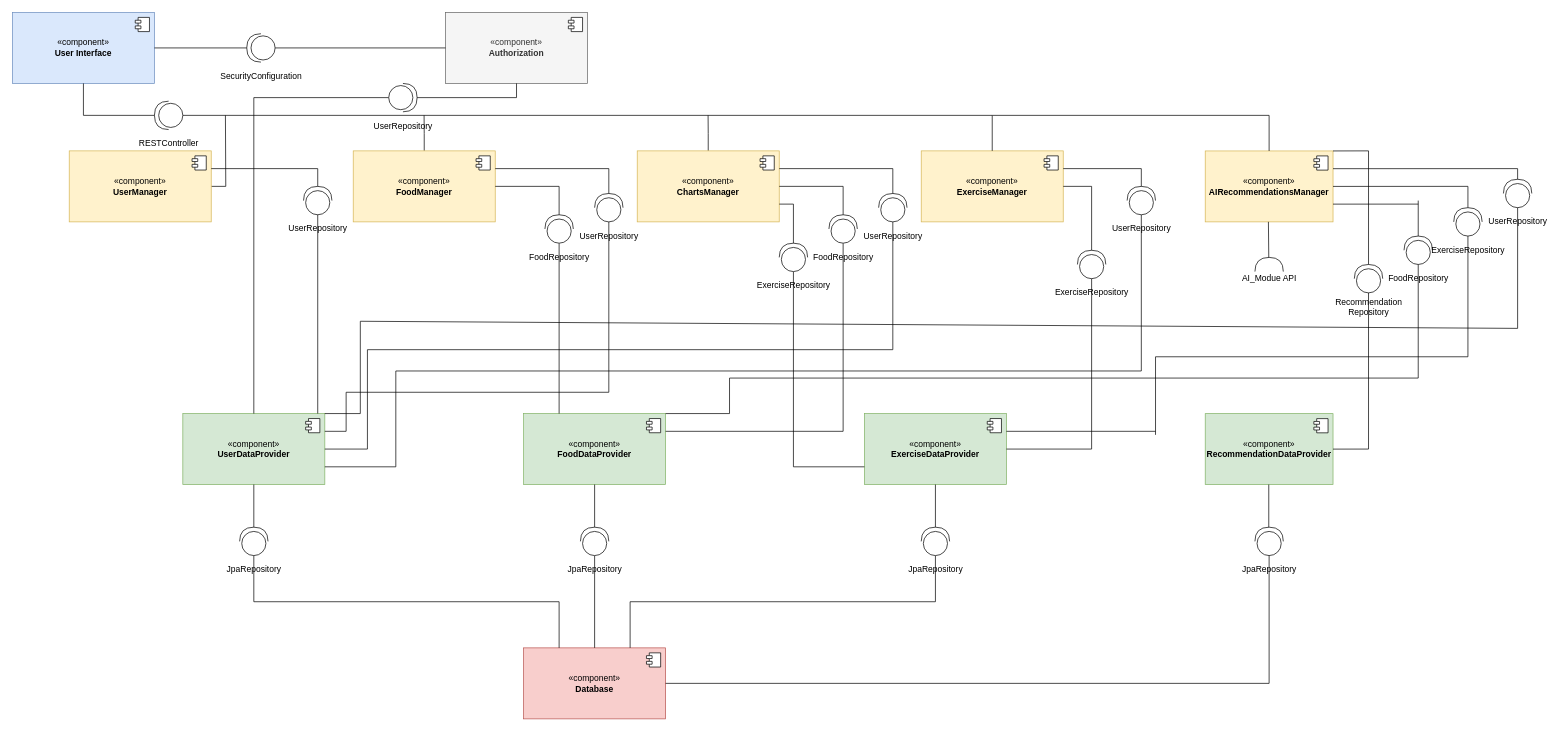
v-petrov/DW_HealthBody-Mind keeps this draw.io diagram as dw_information/documentation_everything/componentHB.drawio. Above is the earlier version. Source tidied: cells renumbered, new cells numbered last; positions are measured from the earlier drawing's top-left corner, leaving out a move shared by most shapes. Both pictures are drawn from the tidied source at 71%, with x=0, y=0 at pixel (12, 12).
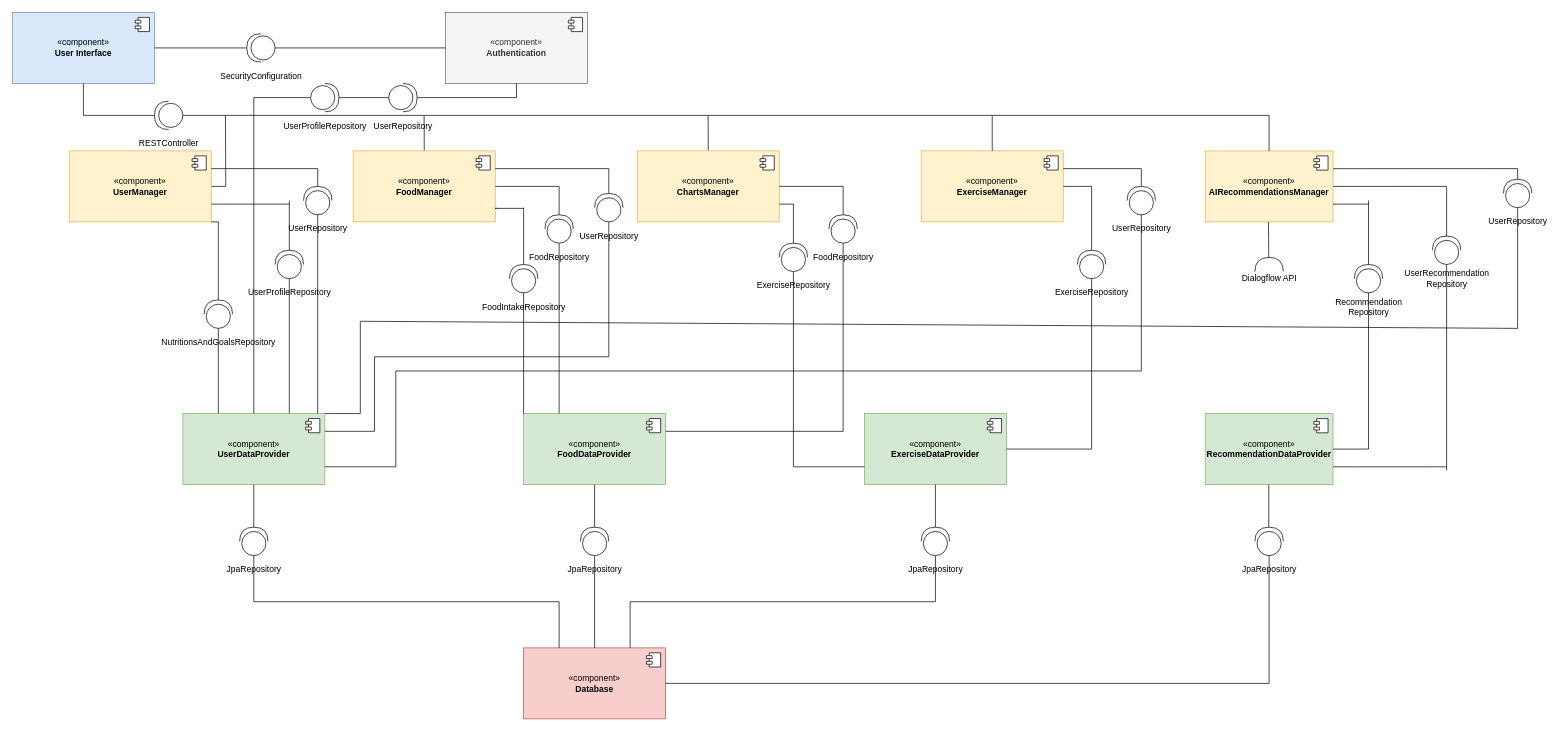
The same diagram, later.

The change refers to these unchanged cells:
```xml
<mxCell id="4" value="«component»&lt;br&gt;&lt;b&gt;User&lt;/b&gt;&lt;b style=&quot;border-color: var(--border-color);&quot;&gt;DataProvider&lt;/b&gt;&lt;b&gt;&lt;br&gt;&lt;/b&gt;" style="html=1;whiteSpace=wrap;fillColor=#d5e8d4;strokeColor=#82b366;" parent="1" vertex="1">
  <mxGeometry x="240" y="565" width="200" height="100" as="geometry" />
</mxCell>
<mxCell id="6" value="«component»&lt;br&gt;&lt;b style=&quot;border-color: var(--border-color);&quot;&gt;FoodDataProvider&lt;/b&gt;&lt;b&gt;&lt;br&gt;&lt;/b&gt;" style="html=1;whiteSpace=wrap;fillColor=#d5e8d4;strokeColor=#82b366;" parent="1" vertex="1">
  <mxGeometry x="720" y="565" width="200" height="100" as="geometry" />
</mxCell>
<mxCell id="8" value="«component»&lt;br&gt;&lt;b style=&quot;border-color: var(--border-color);&quot;&gt;ExerciseDataProvider&lt;/b&gt;&lt;b&gt;&lt;br&gt;&lt;/b&gt;" style="html=1;whiteSpace=wrap;fillColor=#d5e8d4;strokeColor=#82b366;" parent="1" vertex="1">
  <mxGeometry x="1200" y="565" width="200" height="100" as="geometry" />
</mxCell>
<mxCell id="13" value="«component»&lt;br&gt;&lt;b&gt;UserManager&lt;br&gt;&lt;/b&gt;" style="html=1;whiteSpace=wrap;fillColor=#fff2cc;strokeColor=#d6b656;" parent="1" vertex="1">
  <mxGeometry x="80" y="195" width="200" height="100" as="geometry" />
</mxCell>
<mxCell id="16" value="«component»&lt;br&gt;&lt;b&gt;FoodManager&lt;br&gt;&lt;/b&gt;" style="html=1;whiteSpace=wrap;fillColor=#fff2cc;strokeColor=#d6b656;" parent="1" vertex="1">
  <mxGeometry x="480" y="195" width="200" height="100" as="geometry" />
</mxCell>
<mxCell id="19" value="«component»&lt;br&gt;&lt;b&gt;ChartsManager&lt;br&gt;&lt;/b&gt;" style="html=1;whiteSpace=wrap;fillColor=#fff2cc;strokeColor=#d6b656;" parent="1" vertex="1">
  <mxGeometry x="880" y="195" width="200" height="100" as="geometry" />
</mxCell>
<mxCell id="26" value="UserRepository" style="shape=providedRequiredInterface;html=1;verticalLabelPosition=bottom;sketch=0;direction=east;" parent="1" vertex="1">
  <mxGeometry x="530" y="100" width="40" height="40" as="geometry" />
</mxCell>
<mxCell id="31" value="UserRepository" style="shape=providedRequiredInterface;html=1;verticalLabelPosition=bottom;sketch=0;direction=north;" parent="1" vertex="1">
  <mxGeometry x="820" y="255" width="40" height="40" as="geometry" />
</mxCell>
<mxCell id="64" value="«component»&lt;br&gt;&lt;b style=&quot;border-color: var(--border-color);&quot;&gt;RecommendationDataProvider&lt;/b&gt;&lt;b&gt;&lt;br&gt;&lt;/b&gt;" style="html=1;whiteSpace=wrap;fillColor=#d5e8d4;strokeColor=#82b366;" parent="1" vertex="1">
  <mxGeometry x="1680" y="565.1" width="180" height="99.9" as="geometry" />
</mxCell>
<mxCell id="69" value="«component»&lt;b&gt;&lt;br&gt;AIRecommendationsManager&lt;br&gt;&lt;/b&gt;" style="html=1;whiteSpace=wrap;fillColor=#fff2cc;strokeColor=#d6b656;" parent="1" vertex="1">
  <mxGeometry x="1680" y="195.1" width="180" height="99.9" as="geometry" />
</mxCell>
<mxCell id="81" value="Recommendation&lt;div&gt;Repository&lt;/div&gt;" style="shape=providedRequiredInterface;html=1;verticalLabelPosition=bottom;sketch=0;direction=north;" parent="1" vertex="1">
  <mxGeometry x="1890" y="355" width="40" height="40" as="geometry" />
</mxCell>
```

Change to the diagram source:
```diff
@@
-    <mxCell id="21" value="«component»&lt;br&gt;&lt;b&gt;Authorization&lt;/b&gt;" style="html=1;whiteSpace=wrap;fillColor=#f5f5f5;strokeColor=#666666;fontColor=#333333;" parent="1" vertex="1">
+    <mxCell id="21" value="«component»&lt;br&gt;&lt;b&gt;Authentication&lt;/b&gt;" style="html=1;whiteSpace=wrap;fillColor=#f5f5f5;strokeColor=#666666;fontColor=#333333;" parent="1" vertex="1">
       <mxGeometry x="610" width="200" height="100" as="geometry" />
     </mxCell>
@@
-    <mxCell id="25" style="edgeStyle=orthogonalEdgeStyle;rounded=0;jettySize=auto;html=1;exitX=0;exitY=0.5;exitDx=0;exitDy=0;exitPerimeter=0;entryX=0.5;entryY=0;entryDx=0;entryDy=0;endArrow=none;endFill=0;" parent="1" edge="1" source="26" target="4">
+    <mxCell id="25" style="edgeStyle=orthogonalEdgeStyle;rounded=0;jettySize=auto;html=1;exitX=0;exitY=0.5;exitDx=0;exitDy=0;exitPerimeter=0;entryX=0.5;entryY=0;entryDx=0;entryDy=0;endArrow=none;endFill=0;" parent="1" edge="1" source="124" target="4">
       <mxGeometry relative="1" as="geometry" />
     </mxCell>
@@
     <mxCell id="30" style="edgeStyle=orthogonalEdgeStyle;rounded=0;jettySize=auto;html=1;exitX=0;exitY=0.5;exitDx=0;exitDy=0;exitPerimeter=0;entryX=1;entryY=0.25;entryDx=0;entryDy=0;endArrow=none;endFill=0;" parent="1" edge="1" source="31" target="4">
       <mxGeometry relative="1" as="geometry">
         <Array as="points">
-          <mxPoint x="840" y="535" />
-          <mxPoint x="470" y="535" />
-          <mxPoint x="470" y="590" />
+          <mxPoint x="840" y="485" />
+          <mxPoint x="510" y="485" />
+          <mxPoint x="510" y="590" />
         </Array>
       </mxGeometry>
     </mxCell>
@@
-    <mxCell id="35" style="edgeStyle=orthogonalEdgeStyle;rounded=0;jettySize=auto;html=1;exitX=1;exitY=0.5;exitDx=0;exitDy=0;exitPerimeter=0;entryX=1;entryY=0.25;entryDx=0;entryDy=0;endArrow=none;endFill=0;" parent="1" edge="1" source="37" target="19">
-      <mxGeometry relative="1" as="geometry" />
-    </mxCell>
-    <mxCell id="36" style="edgeStyle=orthogonalEdgeStyle;rounded=0;jettySize=auto;html=1;exitX=0;exitY=0.5;exitDx=0;exitDy=0;exitPerimeter=0;entryX=1;entryY=0.5;entryDx=0;entryDy=0;endArrow=none;endFill=0;" parent="1" edge="1" source="37" target="4">
-      <mxGeometry relative="1" as="geometry">
-        <Array as="points">
-          <mxPoint x="1240" y="475" />
-          <mxPoint x="500" y="475" />
-          <mxPoint x="500" y="615" />
-        </Array>
-      </mxGeometry>
-    </mxCell>
-    <mxCell id="37" value="UserRepository" style="shape=providedRequiredInterface;html=1;verticalLabelPosition=bottom;sketch=0;direction=north;" parent="1" vertex="1">
-      <mxGeometry x="1220" y="255" width="40" height="40" as="geometry" />
-    </mxCell>
@@
-    <mxCell id="71" value="AI_Modue API" style="shape=requiredInterface;html=1;verticalLabelPosition=bottom;sketch=0;direction=north;rotation=0;" parent="1" vertex="1">
+    <mxCell id="71" value="Dialogflow API" style="shape=requiredInterface;html=1;verticalLabelPosition=bottom;sketch=0;direction=north;rotation=0;" parent="1" vertex="1">
       <mxGeometry x="1750" y="345" width="40" height="20" as="geometry" />
     </mxCell>
@@
-    <mxCell id="79" value="ExerciseRepository" style="shape=providedRequiredInterface;html=1;verticalLabelPosition=bottom;sketch=0;direction=north;" parent="1" vertex="1">
-      <mxGeometry x="2030" y="275" width="40" height="40" as="geometry" />
-    </mxCell>
-    <mxCell id="80" value="FoodRepository" style="shape=providedRequiredInterface;html=1;verticalLabelPosition=bottom;sketch=0;direction=north;" parent="1" vertex="1">
-      <mxGeometry x="1960" y="315" width="40" height="40" as="geometry" />
-    </mxCell>
@@
-    <mxCell id="90" style="endArrow=none;html=1;rounded=0;exitX=1;exitY=0.25;exitDx=0;exitDy=0;" parent="1" edge="1" source="8">
-      <mxGeometry relative="1" as="geometry">
-        <mxPoint x="1610" y="590" as="targetPoint" />
-      </mxGeometry>
-    </mxCell>
-    <mxCell id="91" style="endArrow=none;html=1;rounded=0;" parent="1" edge="1">
-      <mxGeometry relative="1" as="geometry">
-        <mxPoint x="1610" y="595" as="sourcePoint" />
-        <mxPoint x="1610" y="485" as="targetPoint" />
-      </mxGeometry>
-    </mxCell>
-    <mxCell id="92" style="endArrow=none;html=1;rounded=0;" parent="1" edge="1">
-      <mxGeometry relative="1" as="geometry">
-        <mxPoint x="1610" y="485" as="sourcePoint" />
-        <mxPoint x="2050" y="485" as="targetPoint" />
-      </mxGeometry>
-    </mxCell>
-    <mxCell id="93" style="endArrow=none;html=1;rounded=0;entryX=0;entryY=0.5;entryDx=0;entryDy=0;entryPerimeter=0;" parent="1" edge="1" target="79">
-      <mxGeometry relative="1" as="geometry">
-        <mxPoint x="2050" y="485" as="sourcePoint" />
-      </mxGeometry>
-    </mxCell>
-    <mxCell id="94" style="endArrow=none;html=1;rounded=0;exitX=1;exitY=0.5;exitDx=0;exitDy=0;" parent="1" edge="1" source="69">
-      <mxGeometry relative="1" as="geometry">
-        <mxPoint x="2050" y="245" as="targetPoint" />
-      </mxGeometry>
-    </mxCell>
-    <mxCell id="95" style="endArrow=none;html=1;rounded=0;exitX=1;exitY=0.5;exitDx=0;exitDy=0;exitPerimeter=0;" parent="1" edge="1" source="79">
-      <mxGeometry relative="1" as="geometry">
-        <mxPoint x="2050" y="245" as="targetPoint" />
-      </mxGeometry>
-    </mxCell>
-    <mxCell id="96" style="endArrow=none;html=1;rounded=0;exitX=1;exitY=0.75;exitDx=0;exitDy=0;" parent="1" edge="1" source="69">
-      <mxGeometry relative="1" as="geometry">
-        <mxPoint x="1980" y="270" as="targetPoint" />
-      </mxGeometry>
-    </mxCell>
-    <mxCell id="97" style="endArrow=none;html=1;rounded=0;" parent="1" edge="1">
-      <mxGeometry relative="1" as="geometry">
-        <mxPoint x="1980" y="315" as="sourcePoint" />
-        <mxPoint x="1980" y="265" as="targetPoint" />
-      </mxGeometry>
-    </mxCell>
-    <mxCell id="98" style="endArrow=none;html=1;rounded=0;exitX=1;exitY=0;exitDx=0;exitDy=0;" parent="1" edge="1" source="6">
-      <mxGeometry relative="1" as="geometry">
-        <mxPoint x="1010" y="565" as="targetPoint" />
-      </mxGeometry>
-    </mxCell>
-    <mxCell id="99" style="endArrow=none;html=1;rounded=0;" parent="1" edge="1">
-      <mxGeometry relative="1" as="geometry">
-        <mxPoint x="1010" y="565" as="sourcePoint" />
-        <mxPoint x="1010" y="515" as="targetPoint" />
-      </mxGeometry>
-    </mxCell>
-    <mxCell id="100" style="endArrow=none;html=1;rounded=0;" parent="1" edge="1">
-      <mxGeometry relative="1" as="geometry">
-        <mxPoint x="1010" y="515" as="sourcePoint" />
-        <mxPoint x="1980" y="515" as="targetPoint" />
-      </mxGeometry>
-    </mxCell>
-    <mxCell id="101" style="endArrow=none;html=1;rounded=0;entryX=0;entryY=0.5;entryDx=0;entryDy=0;entryPerimeter=0;" parent="1" edge="1" target="80">
-      <mxGeometry relative="1" as="geometry">
-        <mxPoint x="1980" y="515" as="sourcePoint" />
-      </mxGeometry>
-    </mxCell>
@@
     <mxCell id="104" style="endArrow=none;html=1;rounded=0;exitX=1;exitY=0.5;exitDx=0;exitDy=0;exitPerimeter=0;" parent="1" edge="1" source="81">
       <mxGeometry relative="1" as="geometry">
-        <mxPoint x="1910" y="195" as="targetPoint" />
+        <mxPoint x="1910" y="265" as="targetPoint" />
       </mxGeometry>
     </mxCell>
-    <mxCell id="105" style="endArrow=none;html=1;rounded=0;exitX=1;exitY=0;exitDx=0;exitDy=0;" parent="1" edge="1" source="69">
+    <mxCell id="105" style="endArrow=none;html=1;rounded=0;exitX=1;exitY=0.75;exitDx=0;exitDy=0;" parent="1" edge="1" source="69">
       <mxGeometry relative="1" as="geometry">
-        <mxPoint x="1910" y="195" as="targetPoint" />
+        <mxPoint x="1910" y="270" as="targetPoint" />
       </mxGeometry>
     </mxCell>
+    <mxCell id="106" value="UserProfileRepository" style="shape=providedRequiredInterface;html=1;verticalLabelPosition=bottom;sketch=0;direction=north;" parent="1" vertex="1">
+      <mxGeometry x="370" y="335" width="40" height="40" as="geometry" />
+    </mxCell>
+    <mxCell id="107" style="endArrow=none;html=1;rounded=0;entryX=0;entryY=0.5;entryDx=0;entryDy=0;entryPerimeter=0;exitX=0.75;exitY=0;exitDx=0;exitDy=0;" parent="1" edge="1" source="4" target="106">
+      <mxGeometry relative="1" as="geometry" />
+    </mxCell>
+    <mxCell id="108" style="endArrow=none;html=1;rounded=0;exitX=1;exitY=0.75;exitDx=0;exitDy=0;" parent="1" edge="1" source="13">
+      <mxGeometry relative="1" as="geometry">
+        <mxPoint x="390" y="270" as="targetPoint" />
+      </mxGeometry>
+    </mxCell>
+    <mxCell id="109" style="endArrow=none;html=1;rounded=0;exitX=1;exitY=0.5;exitDx=0;exitDy=0;exitPerimeter=0;" parent="1" edge="1" source="106">
+      <mxGeometry relative="1" as="geometry">
+        <mxPoint x="390" y="265" as="targetPoint" />
+      </mxGeometry>
+    </mxCell>
+    <mxCell id="110" value="NutritionsAndGoalsRepository" style="shape=providedRequiredInterface;html=1;verticalLabelPosition=bottom;sketch=0;direction=north;" parent="1" vertex="1">
+      <mxGeometry x="270" y="405" width="40" height="40" as="geometry" />
+    </mxCell>
+    <mxCell id="111" style="endArrow=none;html=1;rounded=0;exitX=1;exitY=0.5;exitDx=0;exitDy=0;exitPerimeter=0;" parent="1" edge="1" source="110">
+      <mxGeometry relative="1" as="geometry">
+        <mxPoint x="290" y="295" as="targetPoint" />
+      </mxGeometry>
+    </mxCell>
+    <mxCell id="112" style="endArrow=none;html=1;rounded=0;exitX=0.25;exitY=0;exitDx=0;exitDy=0;entryX=0;entryY=0.5;entryDx=0;entryDy=0;entryPerimeter=0;" parent="1" edge="1" source="4" target="110">
+      <mxGeometry relative="1" as="geometry" />
+    </mxCell>
+    <mxCell id="113" style="endArrow=none;html=1;rounded=0;exitX=1;exitY=1;exitDx=0;exitDy=0;" parent="1" edge="1" source="13">
+      <mxGeometry relative="1" as="geometry">
+        <mxPoint x="290" y="295" as="targetPoint" />
+      </mxGeometry>
+    </mxCell>
+    <mxCell id="114" value="FoodIntakeRepository" style="shape=providedRequiredInterface;html=1;verticalLabelPosition=bottom;sketch=0;direction=north;" parent="1" vertex="1">
+      <mxGeometry x="700" y="355" width="40" height="40" as="geometry" />
+    </mxCell>
+    <mxCell id="115" style="endArrow=none;html=1;rounded=0;exitX=0;exitY=0;exitDx=0;exitDy=0;entryX=0;entryY=0.5;entryDx=0;entryDy=0;entryPerimeter=0;" parent="1" edge="1" source="6" target="114">
+      <mxGeometry relative="1" as="geometry" />
+    </mxCell>
+    <mxCell id="116" style="endArrow=none;html=1;rounded=0;exitX=1;exitY=0.5;exitDx=0;exitDy=0;exitPerimeter=0;" parent="1" edge="1" source="114">
+      <mxGeometry relative="1" as="geometry">
+        <mxPoint x="720" y="275" as="targetPoint" />
+      </mxGeometry>
+    </mxCell>
+    <mxCell id="117" style="endArrow=none;html=1;rounded=0;exitX=1.011;exitY=0.807;exitDx=0;exitDy=0;exitPerimeter=0;" parent="1" edge="1" source="16">
+      <mxGeometry relative="1" as="geometry">
+        <mxPoint x="720" y="276" as="targetPoint" />
+        <Array as="points">
+          <mxPoint x="680" y="276" />
+        </Array>
+      </mxGeometry>
+    </mxCell>
+    <mxCell id="118" value="UserRecommendation&lt;div&gt;Repository&lt;/div&gt;" style="shape=providedRequiredInterface;html=1;verticalLabelPosition=bottom;sketch=0;direction=north;" parent="1" vertex="1">
+      <mxGeometry x="2000" y="315" width="40" height="40" as="geometry" />
+    </mxCell>
+    <mxCell id="119" style="endArrow=none;html=1;rounded=0;entryX=0;entryY=0.5;entryDx=0;entryDy=0;entryPerimeter=0;" parent="1" edge="1" target="118">
+      <mxGeometry relative="1" as="geometry">
+        <mxPoint x="2020" y="645" as="sourcePoint" />
+      </mxGeometry>
+    </mxCell>
+    <mxCell id="120" style="endArrow=none;html=1;rounded=0;exitX=1;exitY=0.75;exitDx=0;exitDy=0;" parent="1" edge="1" source="64">
+      <mxGeometry relative="1" as="geometry">
+        <mxPoint x="2020" y="640" as="targetPoint" />
+      </mxGeometry>
+    </mxCell>
+    <mxCell id="121" style="endArrow=none;html=1;rounded=0;exitX=1;exitY=0.5;exitDx=0;exitDy=0;" parent="1" edge="1" source="69">
+      <mxGeometry relative="1" as="geometry">
+        <mxPoint x="2020" y="245" as="targetPoint" />
+      </mxGeometry>
+    </mxCell>
+    <mxCell id="122" style="endArrow=none;html=1;rounded=0;exitX=1;exitY=0.5;exitDx=0;exitDy=0;exitPerimeter=0;" parent="1" edge="1" source="118">
+      <mxGeometry relative="1" as="geometry">
+        <mxPoint x="2020" y="245" as="targetPoint" />
+      </mxGeometry>
+    </mxCell>
+    <mxCell id="123" style="edgeStyle=orthogonalEdgeStyle;rounded=0;jettySize=auto;html=1;exitX=0;exitY=0.5;exitDx=0;exitDy=0;exitPerimeter=0;entryX=1;entryY=0.5;entryDx=0;entryDy=0;endArrow=none;endFill=0;entryPerimeter=0;" parent="1" edge="1" source="26" target="124">
+      <mxGeometry relative="1" as="geometry" />
+    </mxCell>
+    <mxCell id="124" value="UserProfileRepository" style="shape=providedRequiredInterface;html=1;verticalLabelPosition=bottom;sketch=0;direction=east;" parent="1" vertex="1">
+      <mxGeometry x="420" y="100" width="40" height="40" as="geometry" />
+    </mxCell>
```
